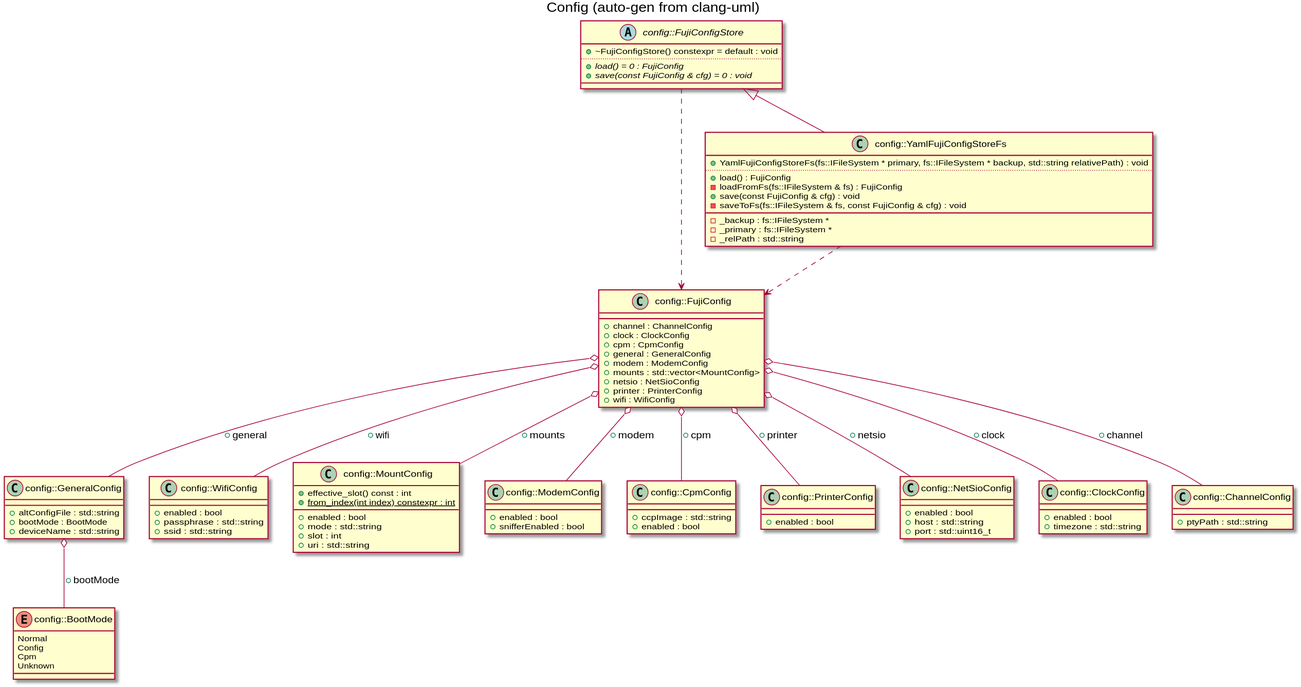
Above: docs/images/gen_config.svg in markjfisher/fujinet-nio (PlantUML), before the change.
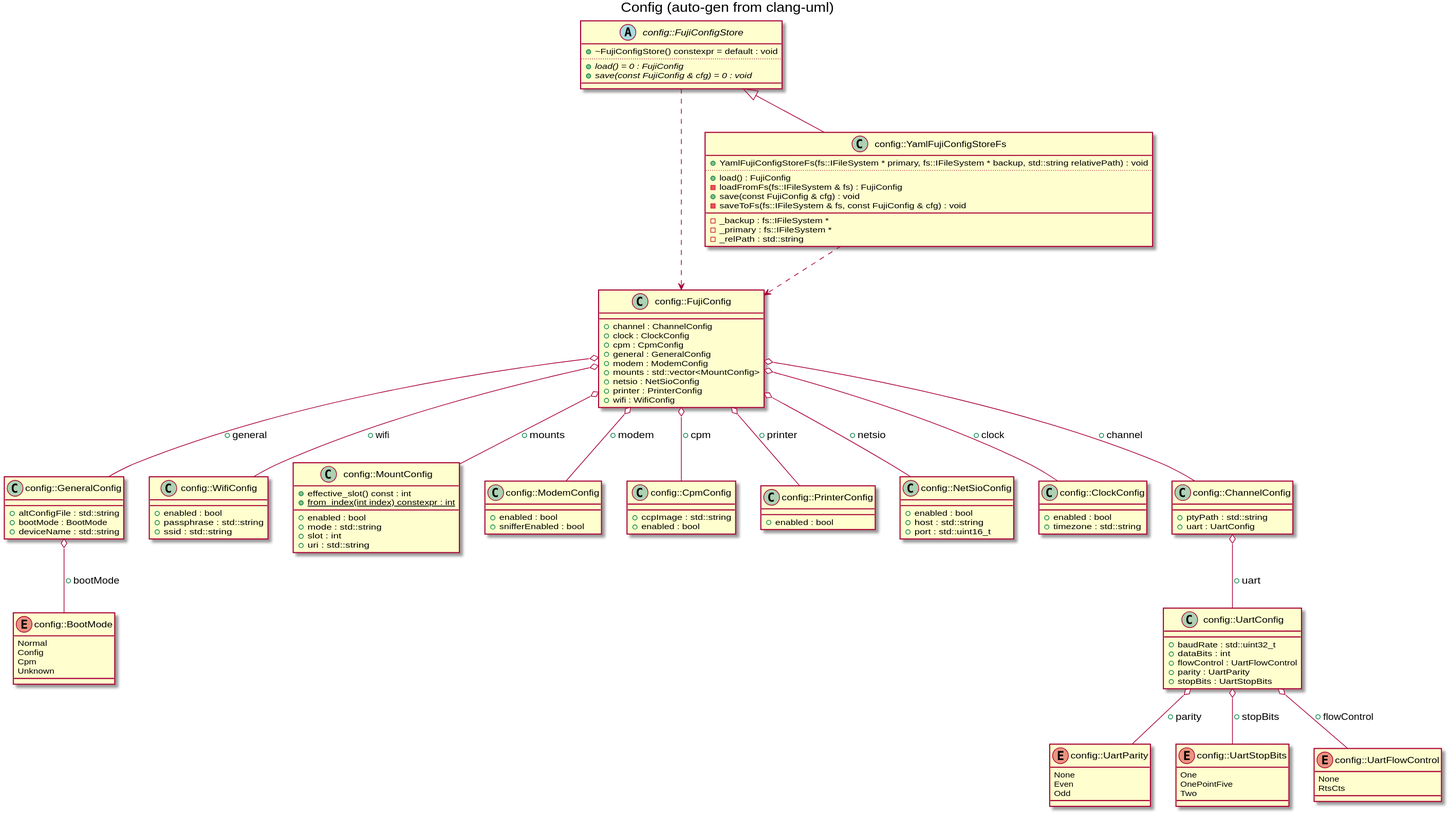
After the change.

Commit message:
chore: update auto-generated UML diagrams

Diff of the diagram source:
```diff
@@ -61,10 +61,37 @@
 +enabled : bool
 +timezone : std::string
 }
+enum "config::UartParity" as C_0011809635346976144757
+enum C_0011809635346976144757 {
+None
+Even
+Odd
+}
+enum "config::UartStopBits" as C_0000352932751041244767
+enum C_0000352932751041244767 {
+One
+OnePointFive
+Two
+}
+enum "config::UartFlowControl" as C_0005231581209463879465
+enum C_0005231581209463879465 {
+None
+RtsCts
+}
+class "config::UartConfig" as C_0010483269678483040323
+class C_0010483269678483040323 {
+__
++baudRate : std::uint32_t
++dataBits : int
++flowControl : UartFlowControl
++parity : UartParity
++stopBits : UartStopBits
+}
 class "config::ChannelConfig" as C_0014601375190208620155
 class C_0014601375190208620155 {
 __
 +ptyPath : std::string
++uart : UartConfig
 }
 class "config::FujiConfig" as C_0013064010099190715901
 class C_0013064010099190715901 {
@@ -101,6 +128,10 @@
 -_relPath : std::string
 }
 C_0016837659718836839167 o-- C_0012427176626669726738 : +bootMode
+C_0010483269678483040323 o-- C_0011809635346976144757 : +parity
+C_0010483269678483040323 o-- C_0000352932751041244767 : +stopBits
+C_0010483269678483040323 o-- C_0005231581209463879465 : +flowControl
+C_0014601375190208620155 o-- C_0010483269678483040323 : +uart
 C_0013064010099190715901 o-- C_0016837659718836839167 : +general
 C_0013064010099190715901 o-- C_0016905784937528219397 : +wifi
 C_0013064010099190715901 o-- C_0013943630642961179492 : +mounts
```
